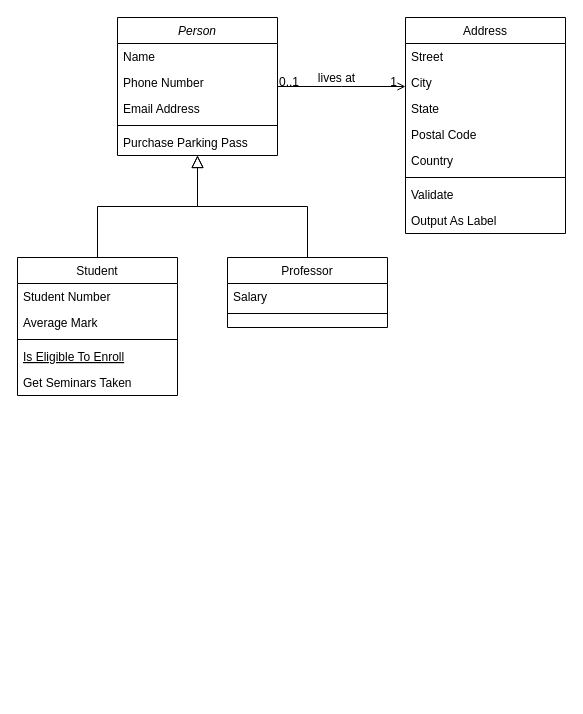
This is Class-Diagram-Perpus-Digital.drawio from naulawrdhh/perpus-digital, a draw.io file, before an edit. Source tidied: cells renumbered, new cells numbered last; positions are measured from the earlier drawing's top-left corner, leaving out a move shared by most shapes. Both pictures are drawn from the tidied source at 100%, with x=0, y=0 at pixel (17, 17).
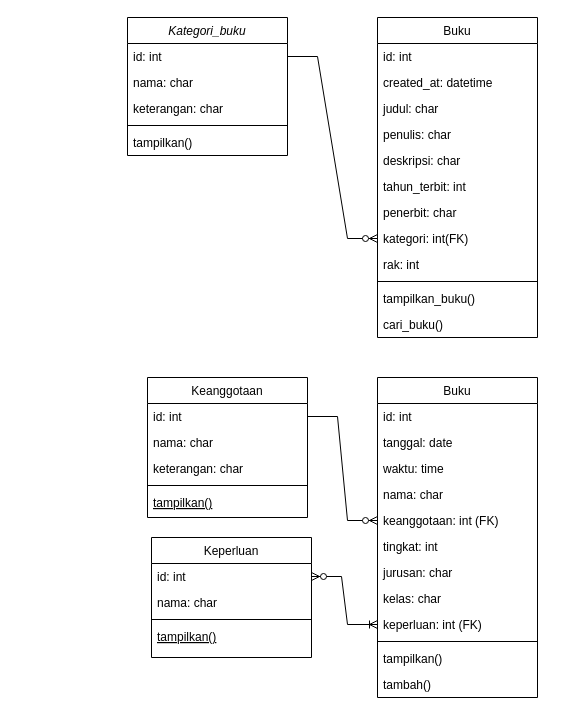
The same diagram, later.

Diff of the diagram source:
```diff
@@
-    <mxCell id="2" value="Person" style="swimlane;fontStyle=2;align=center;verticalAlign=top;horizontal=1;startSize=26;rounded=0;shadow=0;strokeWidth=1;" parent="1" vertex="1">
-      <mxGeometry x="100" width="160" height="138" as="geometry" />
+    <mxCell id="2" value="Kategori_buku" style="swimlane;fontStyle=2;align=center;verticalAlign=top;horizontal=1;startSize=26;rounded=0;shadow=0;strokeWidth=1;" parent="1" vertex="1">
+      <mxGeometry x="110" width="160" height="138" as="geometry" />
     </mxCell>
-    <mxCell id="3" value="Name" style="text;align=left;verticalAlign=top;spacingLeft=4;spacingRight=4;overflow=hidden;points=[[0,0.5],[1,0.5]];portConstraint=eastwest;" parent="2" vertex="1">
+    <mxCell id="3" value="id: int" style="text;align=left;verticalAlign=top;spacingLeft=4;spacingRight=4;overflow=hidden;points=[[0,0.5],[1,0.5]];portConstraint=eastwest;" parent="2" vertex="1">
       <mxGeometry y="26" width="160" height="26" as="geometry" />
     </mxCell>
-    <mxCell id="4" value="Phone Number" style="text;align=left;verticalAlign=top;spacingLeft=4;spacingRight=4;overflow=hidden;rounded=0;shadow=0;html=0;" parent="2" vertex="1">
+    <mxCell id="4" value="nama: char" style="text;align=left;verticalAlign=top;spacingLeft=4;spacingRight=4;overflow=hidden;rounded=0;shadow=0;html=0;" parent="2" vertex="1">
       <mxGeometry y="52" width="160" height="26" as="geometry" />
     </mxCell>
-    <mxCell id="5" value="Email Address" style="text;align=left;verticalAlign=top;spacingLeft=4;spacingRight=4;overflow=hidden;rounded=0;shadow=0;html=0;" parent="2" vertex="1">
+    <mxCell id="5" value="keterangan: char" style="text;align=left;verticalAlign=top;spacingLeft=4;spacingRight=4;overflow=hidden;rounded=0;shadow=0;html=0;" parent="2" vertex="1">
       <mxGeometry y="78" width="160" height="26" as="geometry" />
     </mxCell>
@@
-    <mxCell id="7" value="Purchase Parking Pass" style="text;align=left;verticalAlign=top;spacingLeft=4;spacingRight=4;overflow=hidden;" parent="2" vertex="1">
+    <mxCell id="7" value="tampilkan()" style="text;align=left;verticalAlign=top;spacingLeft=4;spacingRight=4;overflow=hidden;" parent="2" vertex="1">
       <mxGeometry y="112" width="160" height="26" as="geometry" />
     </mxCell>
-    <mxCell id="8" value="Student" style="swimlane;fontStyle=0;align=center;verticalAlign=top;horizontal=1;startSize=26;rounded=0;shadow=0;strokeWidth=1;" parent="1" vertex="1">
-      <mxGeometry y="240" width="160" height="138" as="geometry" />
+    <mxCell id="8" value="Keanggotaan" style="swimlane;fontStyle=0;align=center;verticalAlign=top;horizontal=1;startSize=26;rounded=0;shadow=0;strokeWidth=1;" parent="1" vertex="1">
+      <mxGeometry x="130" y="360" width="160" height="140" as="geometry" />
     </mxCell>
-    <mxCell id="9" value="Student Number" style="text;align=left;verticalAlign=top;spacingLeft=4;spacingRight=4;overflow=hidden;points=[[0,0.5],[1,0.5]];portConstraint=eastwest;" parent="8" vertex="1">
+    <mxCell id="9" value="id: int" style="text;align=left;verticalAlign=top;spacingLeft=4;spacingRight=4;overflow=hidden;points=[[0,0.5],[1,0.5]];portConstraint=eastwest;" parent="8" vertex="1">
       <mxGeometry y="26" width="160" height="26" as="geometry" />
     </mxCell>
-    <mxCell id="10" value="Average Mark" style="text;align=left;verticalAlign=top;spacingLeft=4;spacingRight=4;overflow=hidden;rounded=0;shadow=0;html=0;" parent="8" vertex="1">
+    <mxCell id="10" value="nama: char" style="text;align=left;verticalAlign=top;spacingLeft=4;spacingRight=4;overflow=hidden;rounded=0;shadow=0;html=0;" parent="8" vertex="1">
       <mxGeometry y="52" width="160" height="26" as="geometry" />
     </mxCell>
+    <mxCell id="32" value="keterangan: char" style="text;align=left;verticalAlign=top;spacingLeft=4;spacingRight=4;overflow=hidden;rounded=0;shadow=0;html=0;" parent="8" vertex="1">
+      <mxGeometry y="78" width="160" height="26" as="geometry" />
+    </mxCell>
     <mxCell id="11" style="line;html=1;strokeWidth=1;align=left;verticalAlign=middle;spacingTop=-1;spacingLeft=3;spacingRight=3;labelPosition=right;" parent="8" vertex="1">
-      <mxGeometry y="78" width="160" height="8" as="geometry" />
+      <mxGeometry y="104" width="160" height="8" as="geometry" />
     </mxCell>
-    <mxCell id="12" value="Is Eligible To Enroll" style="text;align=left;verticalAlign=top;spacingLeft=4;spacingRight=4;overflow=hidden;fontStyle=4;" parent="8" vertex="1">
-      <mxGeometry y="86" width="160" height="26" as="geometry" />
+    <mxCell id="12" value="tampilkan()" style="text;align=left;verticalAlign=top;spacingLeft=4;spacingRight=4;overflow=hidden;fontStyle=4;" parent="8" vertex="1">
+      <mxGeometry y="112" width="160" height="26" as="geometry" />
     </mxCell>
-    <mxCell id="13" value="Get Seminars Taken" style="text;align=left;verticalAlign=top;spacingLeft=4;spacingRight=4;overflow=hidden;" parent="8" vertex="1">
-      <mxGeometry y="112" width="160" height="26" as="geometry" />
-    </mxCell>
-    <mxCell id="14" style="endArrow=block;endSize=10;endFill=0;shadow=0;strokeWidth=1;rounded=0;edgeStyle=elbowEdgeStyle;elbow=vertical;" parent="1" edge="1" source="8" target="2">
-      <mxGeometry relative="1" as="geometry" />
-    </mxCell>
-    <mxCell id="15" value="Professor" style="swimlane;fontStyle=0;align=center;verticalAlign=top;horizontal=1;startSize=26;rounded=0;shadow=0;strokeWidth=1;" parent="1" vertex="1">
-      <mxGeometry x="210" y="240" width="160" height="70" as="geometry" />
-    </mxCell>
-    <mxCell id="16" value="Salary" style="text;align=left;verticalAlign=top;spacingLeft=4;spacingRight=4;overflow=hidden;" parent="15" vertex="1">
-      <mxGeometry y="26" width="160" height="26" as="geometry" />
-    </mxCell>
-    <mxCell id="17" style="line;html=1;strokeWidth=1;align=left;verticalAlign=middle;spacingTop=-1;spacingLeft=3;spacingRight=3;labelPosition=right;" parent="15" vertex="1">
-      <mxGeometry y="52" width="160" height="8" as="geometry" />
-    </mxCell>
-    <mxCell id="18" style="endArrow=block;endSize=10;endFill=0;shadow=0;strokeWidth=1;rounded=0;edgeStyle=elbowEdgeStyle;elbow=vertical;" parent="1" edge="1" source="15" target="2">
-      <mxGeometry relative="1" as="geometry" />
-    </mxCell>
-    <mxCell id="19" value="Address" style="swimlane;fontStyle=0;align=center;verticalAlign=top;horizontal=1;startSize=26;rounded=0;shadow=0;strokeWidth=1;" parent="1" vertex="1">
-      <mxGeometry x="388" width="160" height="216" as="geometry" />
+    <mxCell id="19" value="Buku" style="swimlane;fontStyle=0;align=center;verticalAlign=top;horizontal=1;startSize=26;rounded=0;shadow=0;strokeWidth=1;" parent="1" vertex="1">
+      <mxGeometry x="360" width="160" height="320" as="geometry" />
     </mxCell>
-    <mxCell id="20" value="Street" style="text;align=left;verticalAlign=top;spacingLeft=4;spacingRight=4;overflow=hidden;" parent="19" vertex="1">
+    <mxCell id="20" value="id: int" style="text;align=left;verticalAlign=top;spacingLeft=4;spacingRight=4;overflow=hidden;" parent="19" vertex="1">
       <mxGeometry y="26" width="160" height="26" as="geometry" />
     </mxCell>
-    <mxCell id="21" value="City" style="text;align=left;verticalAlign=top;spacingLeft=4;spacingRight=4;overflow=hidden;rounded=0;shadow=0;html=0;" parent="19" vertex="1">
+    <mxCell id="21" value="created_at: datetime" style="text;align=left;verticalAlign=top;spacingLeft=4;spacingRight=4;overflow=hidden;rounded=0;shadow=0;html=0;" parent="19" vertex="1">
       <mxGeometry y="52" width="160" height="26" as="geometry" />
     </mxCell>
-    <mxCell id="22" value="State" style="text;align=left;verticalAlign=top;spacingLeft=4;spacingRight=4;overflow=hidden;rounded=0;shadow=0;html=0;" parent="19" vertex="1">
+    <mxCell id="22" value="judul: char" style="text;align=left;verticalAlign=top;spacingLeft=4;spacingRight=4;overflow=hidden;rounded=0;shadow=0;html=0;" parent="19" vertex="1">
       <mxGeometry y="78" width="160" height="26" as="geometry" />
     </mxCell>
-    <mxCell id="23" value="Postal Code" style="text;align=left;verticalAlign=top;spacingLeft=4;spacingRight=4;overflow=hidden;rounded=0;shadow=0;html=0;" parent="19" vertex="1">
+    <mxCell id="23" value="penulis: char" style="text;align=left;verticalAlign=top;spacingLeft=4;spacingRight=4;overflow=hidden;rounded=0;shadow=0;html=0;" parent="19" vertex="1">
       <mxGeometry y="104" width="160" height="26" as="geometry" />
     </mxCell>
-    <mxCell id="24" value="Country" style="text;align=left;verticalAlign=top;spacingLeft=4;spacingRight=4;overflow=hidden;rounded=0;shadow=0;html=0;" parent="19" vertex="1">
+    <mxCell id="24" value="deskripsi: char" style="text;align=left;verticalAlign=top;spacingLeft=4;spacingRight=4;overflow=hidden;rounded=0;shadow=0;html=0;" parent="19" vertex="1">
       <mxGeometry y="130" width="160" height="26" as="geometry" />
     </mxCell>
+    <mxCell id="33" value="tahun_terbit: int" style="text;align=left;verticalAlign=top;spacingLeft=4;spacingRight=4;overflow=hidden;rounded=0;shadow=0;html=0;" parent="19" vertex="1">
+      <mxGeometry y="156" width="160" height="26" as="geometry" />
+    </mxCell>
+    <mxCell id="34" value="penerbit: char" style="text;align=left;verticalAlign=top;spacingLeft=4;spacingRight=4;overflow=hidden;rounded=0;shadow=0;html=0;" parent="19" vertex="1">
+      <mxGeometry y="182" width="160" height="26" as="geometry" />
+    </mxCell>
+    <mxCell id="35" value="kategori: int(FK)" style="text;align=left;verticalAlign=top;spacingLeft=4;spacingRight=4;overflow=hidden;points=[[0,0.5],[1,0.5]];portConstraint=eastwest;rounded=0;shadow=0;html=0;" parent="19" vertex="1">
+      <mxGeometry y="208" width="160" height="26" as="geometry" />
+    </mxCell>
+    <mxCell id="36" value="rak: int" style="text;align=left;verticalAlign=top;spacingLeft=4;spacingRight=4;overflow=hidden;rounded=0;shadow=0;html=0;" parent="19" vertex="1">
+      <mxGeometry y="234" width="160" height="26" as="geometry" />
+    </mxCell>
     <mxCell id="25" style="line;html=1;strokeWidth=1;align=left;verticalAlign=middle;spacingTop=-1;spacingLeft=3;spacingRight=3;labelPosition=right;" parent="19" vertex="1">
-      <mxGeometry y="156" width="160" height="8" as="geometry" />
+      <mxGeometry y="260" width="160" height="8" as="geometry" />
     </mxCell>
-    <mxCell id="26" value="Validate" style="text;align=left;verticalAlign=top;spacingLeft=4;spacingRight=4;overflow=hidden;" parent="19" vertex="1">
-      <mxGeometry y="164" width="160" height="26" as="geometry" />
+    <mxCell id="26" value="tampilkan_buku()" style="text;align=left;verticalAlign=top;spacingLeft=4;spacingRight=4;overflow=hidden;" parent="19" vertex="1">
+      <mxGeometry y="268" width="160" height="26" as="geometry" />
     </mxCell>
-    <mxCell id="27" value="Output As Label" style="text;align=left;verticalAlign=top;spacingLeft=4;spacingRight=4;overflow=hidden;" parent="19" vertex="1">
-      <mxGeometry y="190" width="160" height="26" as="geometry" />
+    <mxCell id="27" value="cari_buku()" style="text;align=left;verticalAlign=top;spacingLeft=4;spacingRight=4;overflow=hidden;" parent="19" vertex="1">
+      <mxGeometry y="294" width="160" height="26" as="geometry" />
     </mxCell>
-    <mxCell id="28" style="endArrow=open;shadow=0;strokeWidth=1;rounded=0;endFill=1;edgeStyle=elbowEdgeStyle;elbow=vertical;" parent="1" edge="1" source="2" target="19">
-      <mxGeometry x="0.5" y="41" relative="1" as="geometry">
-        <mxPoint x="-40" y="32" as="offset" />
-      </mxGeometry>
-    </mxCell>
-    <mxCell id="29" value="0..1" style="align=left;verticalAlign=bottom;labelBackgroundColor=none;fontSize=12;" parent="28" vertex="1">
-      <mxGeometry x="-1" relative="1" as="geometry">
-        <mxPoint y="4" as="offset" />
-      </mxGeometry>
-    </mxCell>
-    <mxCell id="30" value="1" style="align=right;verticalAlign=bottom;labelBackgroundColor=none;fontSize=12;" parent="28" vertex="1">
-      <mxGeometry x="1" relative="1" as="geometry">
-        <mxPoint x="-7" y="4" as="offset" />
-      </mxGeometry>
-    </mxCell>
-    <mxCell id="31" value="lives at" style="text;html=1;align=center;verticalAlign=middle;labelBackgroundColor=none;rounded=0;shadow=0;strokeWidth=1;fontSize=12;" parent="28" vertex="1">
-      <mxGeometry x="0.5" y="49" relative="1" as="geometry">
-        <mxPoint x="-38" y="40" as="offset" />
-      </mxGeometry>
-    </mxCell>
+    <mxCell id="37" value="Buku" style="swimlane;fontStyle=0;align=center;verticalAlign=top;horizontal=1;startSize=26;rounded=0;shadow=0;strokeWidth=1;" parent="1" vertex="1">
+      <mxGeometry x="360" y="360" width="160" height="320" as="geometry" />
+    </mxCell>
+    <mxCell id="38" value="id: int" style="text;align=left;verticalAlign=top;spacingLeft=4;spacingRight=4;overflow=hidden;" parent="37" vertex="1">
+      <mxGeometry y="26" width="160" height="26" as="geometry" />
+    </mxCell>
+    <mxCell id="39" value="tanggal: date" style="text;align=left;verticalAlign=top;spacingLeft=4;spacingRight=4;overflow=hidden;rounded=0;shadow=0;html=0;" parent="37" vertex="1">
+      <mxGeometry y="52" width="160" height="26" as="geometry" />
+    </mxCell>
+    <mxCell id="40" value="waktu: time" style="text;align=left;verticalAlign=top;spacingLeft=4;spacingRight=4;overflow=hidden;rounded=0;shadow=0;html=0;" parent="37" vertex="1">
+      <mxGeometry y="78" width="160" height="26" as="geometry" />
+    </mxCell>
+    <mxCell id="41" value="nama: char" style="text;align=left;verticalAlign=top;spacingLeft=4;spacingRight=4;overflow=hidden;rounded=0;shadow=0;html=0;" parent="37" vertex="1">
+      <mxGeometry y="104" width="160" height="26" as="geometry" />
+    </mxCell>
+    <mxCell id="42" value="keanggotaan: int (FK)" style="text;align=left;verticalAlign=top;spacingLeft=4;spacingRight=4;overflow=hidden;points=[[0,0.5],[1,0.5]];portConstraint=eastwest;rounded=0;shadow=0;html=0;" parent="37" vertex="1">
+      <mxGeometry y="130" width="160" height="26" as="geometry" />
+    </mxCell>
+    <mxCell id="43" value="tingkat: int" style="text;align=left;verticalAlign=top;spacingLeft=4;spacingRight=4;overflow=hidden;rounded=0;shadow=0;html=0;" parent="37" vertex="1">
+      <mxGeometry y="156" width="160" height="26" as="geometry" />
+    </mxCell>
+    <mxCell id="44" value="jurusan: char" style="text;align=left;verticalAlign=top;spacingLeft=4;spacingRight=4;overflow=hidden;rounded=0;shadow=0;html=0;" parent="37" vertex="1">
+      <mxGeometry y="182" width="160" height="26" as="geometry" />
+    </mxCell>
+    <mxCell id="45" value="kelas: char" style="text;align=left;verticalAlign=top;spacingLeft=4;spacingRight=4;overflow=hidden;rounded=0;shadow=0;html=0;" parent="37" vertex="1">
+      <mxGeometry y="208" width="160" height="26" as="geometry" />
+    </mxCell>
+    <mxCell id="46" value="keperluan: int (FK)" style="text;align=left;verticalAlign=top;spacingLeft=4;spacingRight=4;overflow=hidden;points=[[0,0.5],[1,0.5]];portConstraint=eastwest;rounded=0;shadow=0;html=0;" parent="37" vertex="1">
+      <mxGeometry y="234" width="160" height="26" as="geometry" />
+    </mxCell>
+    <mxCell id="47" style="line;html=1;strokeWidth=1;align=left;verticalAlign=middle;spacingTop=-1;spacingLeft=3;spacingRight=3;labelPosition=right;" parent="37" vertex="1">
+      <mxGeometry y="260" width="160" height="8" as="geometry" />
+    </mxCell>
+    <mxCell id="48" value="tampilkan()" style="text;align=left;verticalAlign=top;spacingLeft=4;spacingRight=4;overflow=hidden;" parent="37" vertex="1">
+      <mxGeometry y="268" width="160" height="26" as="geometry" />
+    </mxCell>
+    <mxCell id="49" value="tambah()" style="text;align=left;verticalAlign=top;spacingLeft=4;spacingRight=4;overflow=hidden;" parent="37" vertex="1">
+      <mxGeometry y="294" width="160" height="26" as="geometry" />
+    </mxCell>
+    <mxCell id="50" value="Keperluan" style="swimlane;fontStyle=0;align=center;verticalAlign=top;horizontal=1;startSize=26;rounded=0;shadow=0;strokeWidth=1;" parent="1" vertex="1">
+      <mxGeometry x="134" y="520" width="160" height="120" as="geometry" />
+    </mxCell>
+    <mxCell id="51" value="id: int" style="text;align=left;verticalAlign=top;spacingLeft=4;spacingRight=4;overflow=hidden;points=[[0,0.5],[1,0.5]];portConstraint=eastwest;" parent="50" vertex="1">
+      <mxGeometry y="26" width="160" height="26" as="geometry" />
+    </mxCell>
+    <mxCell id="52" value="nama: char" style="text;align=left;verticalAlign=top;spacingLeft=4;spacingRight=4;overflow=hidden;rounded=0;shadow=0;html=0;" parent="50" vertex="1">
+      <mxGeometry y="52" width="160" height="26" as="geometry" />
+    </mxCell>
+    <mxCell id="53" style="line;html=1;strokeWidth=1;align=left;verticalAlign=middle;spacingTop=-1;spacingLeft=3;spacingRight=3;labelPosition=right;" parent="50" vertex="1">
+      <mxGeometry y="78" width="160" height="8" as="geometry" />
+    </mxCell>
+    <mxCell id="54" value="tampilkan()" style="text;align=left;verticalAlign=top;spacingLeft=4;spacingRight=4;overflow=hidden;fontStyle=4;" parent="50" vertex="1">
+      <mxGeometry y="86" width="160" height="26" as="geometry" />
+    </mxCell>
+    <mxCell id="55" style="edgeStyle=entityRelationEdgeStyle;fontSize=12;html=1;endArrow=ERzeroToMany;endFill=1;rounded=0;" parent="1" edge="1" source="9" target="42">
+      <mxGeometry relative="1" as="geometry" />
+    </mxCell>
+    <mxCell id="56" style="edgeStyle=entityRelationEdgeStyle;fontSize=12;html=1;endArrow=ERoneToMany;startArrow=ERzeroToMany;rounded=0;exitX=1;exitY=0.5;exitDx=0;exitDy=0;entryX=0;entryY=0.5;entryDx=0;entryDy=0;" parent="1" edge="1" source="51" target="46">
+      <mxGeometry relative="1" as="geometry" />
+    </mxCell>
+    <mxCell id="57" style="edgeStyle=entityRelationEdgeStyle;fontSize=12;html=1;endArrow=ERzeroToMany;endFill=1;rounded=0;exitX=1;exitY=0.5;exitDx=0;exitDy=0;entryX=0;entryY=0.5;entryDx=0;entryDy=0;" parent="1" edge="1" source="3" target="35">
+      <mxGeometry relative="1" as="geometry" />
+    </mxCell>
```
